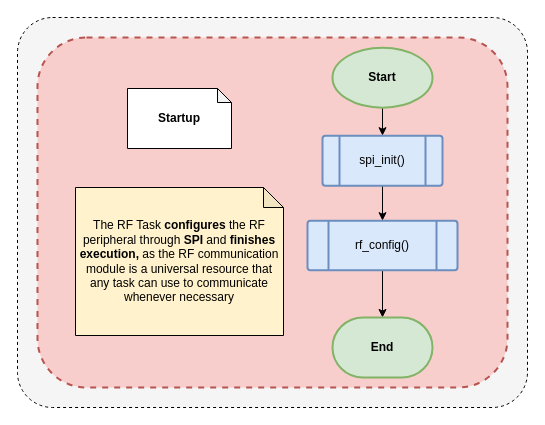
Earlier version of the draw.io diagram 3. Design/3. Software Specification/rf_flowchart.drawio (esrg-silent-howl/zephyrus). Source tidied: cells renumbered, new cells numbered last; positions are measured from the earlier drawing's top-left corner, leaving out a move shared by most shapes. Both pictures are drawn from the tidied source at 100%, with x=0, y=0 at pixel (17, 17).
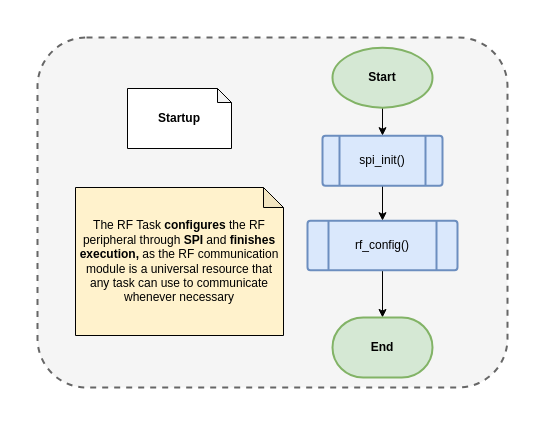
The same diagram, later.

Diff of the diagram source:
```diff
@@
 <mxGraphModel>
   <root>
     <mxCell id="0" />
     <mxCell id="1" parent="0" />
-    <mxCell id="2" style="rounded=1;whiteSpace=wrap;html=1;dashed=1;fillColor=#f5f5f5;strokeColor=#000000;fontColor=#333333;arcSize=9;" parent="1" vertex="1">
-      <mxGeometry width="510" height="390" as="geometry" />
-    </mxCell>
-    <mxCell id="3" style="rounded=1;whiteSpace=wrap;html=1;dashed=1;fillColor=#f8cecc;strokeColor=#b85450;arcSize=14;strokeWidth=2;" parent="1" vertex="1">
+    <mxCell id="3" style="rounded=1;whiteSpace=wrap;html=1;dashed=1;fillColor=#f5f5f5;strokeColor=#666666;arcSize=14;strokeWidth=2;fontColor=#333333;" parent="1" vertex="1">
       <mxGeometry x="20" y="20" width="470" height="350" as="geometry" />
     </mxCell>
     <mxCell id="4" value="Startup" style="shape=note;whiteSpace=wrap;html=1;backgroundOutline=1;darkOpacity=0.05;size=14;fontStyle=1;" parent="1" vertex="1">
       <mxGeometry x="110" y="71" width="104" height="60" as="geometry" />
     </mxCell>
     <mxCell id="5" style="edgeStyle=orthogonalEdgeStyle;rounded=0;jettySize=auto;html=1;exitX=0.5;exitY=1;exitDx=0;exitDy=0;exitPerimeter=0;entryX=0.5;entryY=0;entryDx=0;entryDy=0;" parent="1" edge="1" source="6" target="8">
       <mxGeometry relative="1" as="geometry" />
     </mxCell>
     <mxCell id="6" value="Start" style="strokeWidth=2;html=1;shape=mxgraph.flowchart.start_1;whiteSpace=wrap;fillColor=#d5e8d4;strokeColor=#82b366;fontStyle=1;" parent="1" vertex="1">
       <mxGeometry x="315" y="30.2" width="100" height="60" as="geometry" />
     </mxCell>
     <mxCell id="7" style="edgeStyle=orthogonalEdgeStyle;rounded=0;jettySize=auto;html=1;exitX=0.5;exitY=1;exitDx=0;exitDy=0;entryX=0.5;entryY=0;entryDx=0;entryDy=0;" parent="1" edge="1" source="8" target="10">
       <mxGeometry relative="1" as="geometry" />
     </mxCell>
     <mxCell id="8" value="spi_init()" style="verticalLabelPosition=middle;verticalAlign=middle;html=1;shape=process;whiteSpace=wrap;rounded=1;size=0.14;arcSize=6;spacing=2;align=center;labelPosition=center;fillColor=#dae8fc;strokeColor=#6c8ebf;strokeWidth=2;" parent="1" vertex="1">
       <mxGeometry x="305" y="118.2" width="120" height="50" as="geometry" />
     </mxCell>
     <mxCell id="9" style="edgeStyle=orthogonalEdgeStyle;rounded=0;jettySize=auto;html=1;exitX=0.5;exitY=1;exitDx=0;exitDy=0;entryX=0.5;entryY=0;entryDx=0;entryDy=0;entryPerimeter=0;" parent="1" edge="1" source="10" target="11">
       <mxGeometry relative="1" as="geometry" />
     </mxCell>
     <mxCell id="10" value="rf_config()" style="verticalLabelPosition=middle;verticalAlign=middle;html=1;shape=process;whiteSpace=wrap;rounded=1;size=0.14;arcSize=6;spacing=2;align=center;labelPosition=center;fillColor=#dae8fc;strokeColor=#6c8ebf;strokeWidth=2;" parent="1" vertex="1">
       <mxGeometry x="290" y="203.2" width="150" height="49.5" as="geometry" />
     </mxCell>
     <mxCell id="11" value="&lt;b&gt;End&lt;/b&gt;" style="strokeWidth=2;html=1;shape=mxgraph.flowchart.terminator;whiteSpace=wrap;fillColor=#d5e8d4;strokeColor=#82b366;" parent="1" vertex="1">
       <mxGeometry x="315" y="300" width="100" height="60" as="geometry" />
     </mxCell>
     <mxCell id="12" value="The RF Task &lt;b&gt;configures &lt;/b&gt;the RF peripheral through &lt;b&gt;SPI &lt;/b&gt;and &lt;b&gt;finishes execution,&amp;nbsp;&lt;/b&gt;as&amp;nbsp;the RF communication module is a universal resource that any task can use to communicate whenever necessary" style="shape=note;html=1;backgroundOutline=1;darkOpacity=0.05;size=20;fillColor=#fff2cc;strokeColor=#000000;whiteSpace=wrap;" parent="1" vertex="1">
       <mxGeometry x="58" y="170" width="208" height="148" as="geometry" />
     </mxCell>
   </root>
 </mxGraphModel>
```
